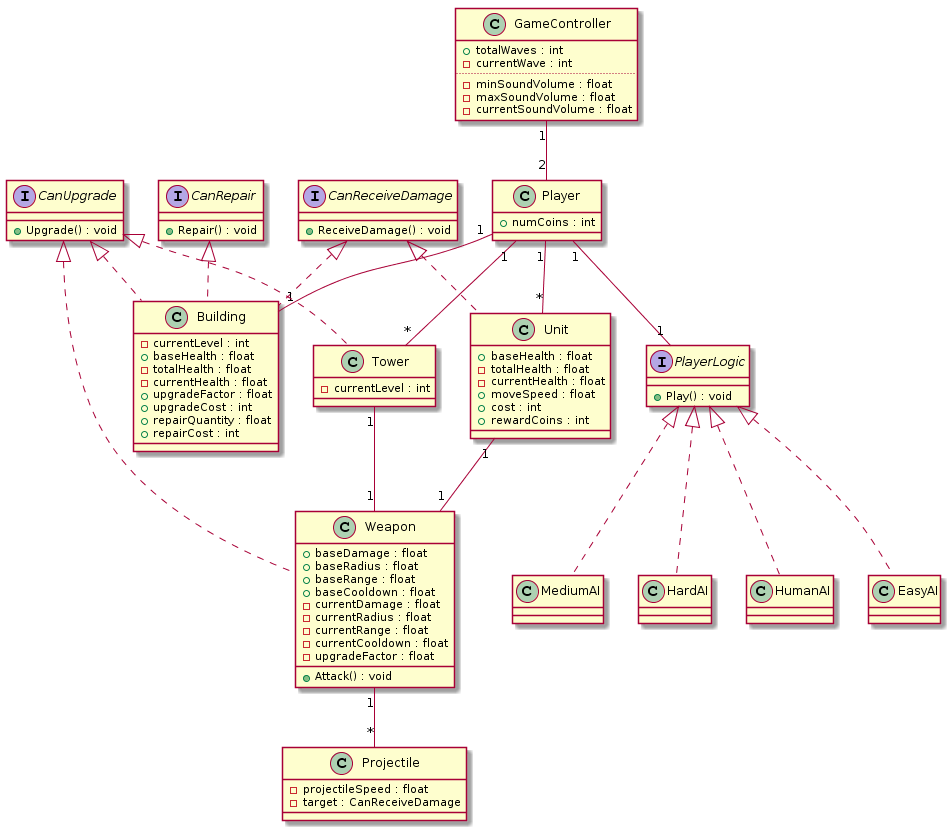
Before: uml_diagrams/classDiagram.png, a diagram exported from PlantUML (NestorTejero/ES2016B).
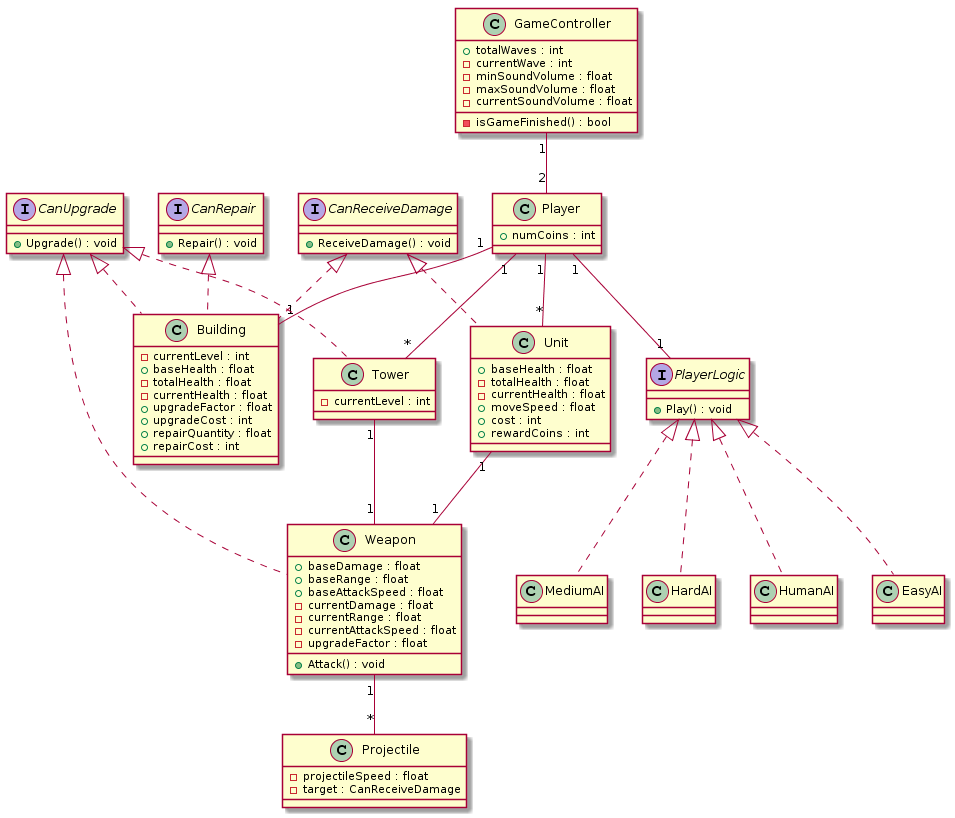
After the commit.

Change to the diagram source:
```diff
@@ -16,10 +16,10 @@
 class GameController {
     +totalWaves : int
     -currentWave : int
-    ....
     -minSoundVolume : float
     -maxSoundVolume : float
     -currentSoundVolume : float
+    -isGameFinished() : bool
 }
 
 class Player {
@@ -52,13 +52,11 @@
 
 class Weapon implements CanUpgrade{
     +baseDamage : float
-    +baseRadius : float
     +baseRange : float
-    +baseCooldown : float
+    +baseAttackSpeed : float
     -currentDamage : float
-    -currentRadius : float
     -currentRange : float
-    -currentCooldown : float
+    -currentAttackSpeed : float
     -upgradeFactor : float
     +Attack() : void
 }
```
